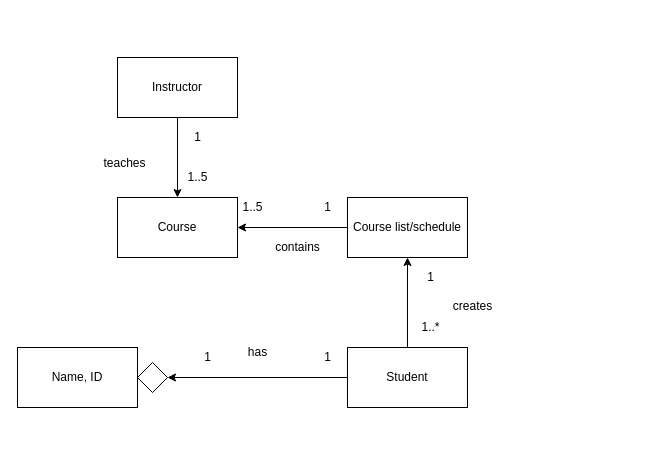
Earlier version of the draw.io diagram page "Student" (2 of 5) of class_diagrams.drawio (peterklem/CURSE). Source tidied: cells renumbered, new cells numbered last; positions are measured from the earlier drawing's top-left corner, leaving out a move shared by most shapes. Both pictures are drawn from the tidied source at 100%, with x=0, y=0 at pixel (17, 57).
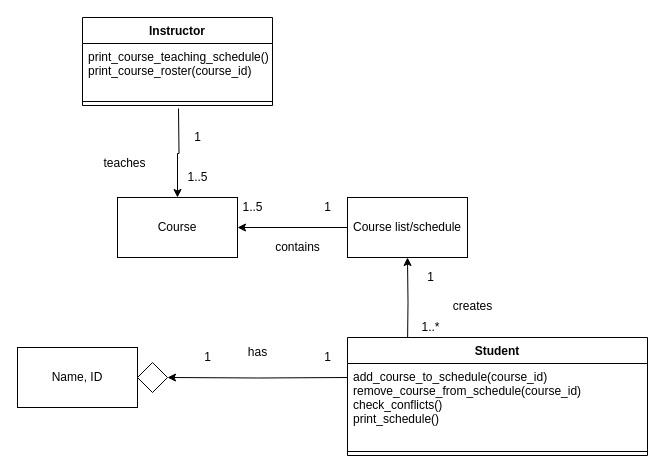
The same diagram, later.

The change refers to these unchanged cells:
```xml
<mxCell id="7" value="Course list/schedule" style="rounded=0;whiteSpace=wrap;html=1;" parent="1" vertex="1">
  <mxGeometry x="330" y="140" width="120" height="60" as="geometry" />
</mxCell>
<mxCell id="8" style="rhombus;whiteSpace=wrap;html=1;" parent="1" vertex="1">
  <mxGeometry x="120" y="305" width="30" height="30" as="geometry" />
</mxCell>
<mxCell id="12" value="Course" style="rounded=0;whiteSpace=wrap;html=1;" parent="1" vertex="1">
  <mxGeometry x="100" y="140" width="120" height="60" as="geometry" />
</mxCell>
```

Diff of the diagram source:
```diff
@@
-    <mxCell id="2" style="edgeStyle=orthogonalEdgeStyle;rounded=0;jettySize=auto;html=1;exitX=0;exitY=0.5;exitDx=0;exitDy=0;entryX=1;entryY=0.5;entryDx=0;entryDy=0;" parent="1" edge="1" source="4" target="8">
-      <mxGeometry relative="1" as="geometry" />
+    <mxCell id="2" style="edgeStyle=orthogonalEdgeStyle;rounded=0;jettySize=auto;html=1;exitX=0;exitY=0.5;exitDx=0;exitDy=0;entryX=1;entryY=0.5;entryDx=0;entryDy=0;" parent="1" edge="1" target="8">
+      <mxGeometry relative="1" as="geometry">
+        <mxPoint x="330" y="320" as="sourcePoint" />
+      </mxGeometry>
     </mxCell>
-    <mxCell id="3" style="edgeStyle=orthogonalEdgeStyle;rounded=0;jettySize=auto;html=1;exitX=0.5;exitY=0;exitDx=0;exitDy=0;entryX=0.5;entryY=1;entryDx=0;entryDy=0;" parent="1" edge="1" source="4" target="7">
-      <mxGeometry relative="1" as="geometry" />
+    <mxCell id="3" style="edgeStyle=orthogonalEdgeStyle;rounded=0;jettySize=auto;html=1;exitX=0.5;exitY=0;exitDx=0;exitDy=0;entryX=0.5;entryY=1;entryDx=0;entryDy=0;" parent="1" edge="1" target="7">
+      <mxGeometry relative="1" as="geometry">
+        <mxPoint x="390" y="290" as="sourcePoint" />
+      </mxGeometry>
     </mxCell>
-    <mxCell id="4" value="Student" style="rounded=0;whiteSpace=wrap;html=1;" parent="1" vertex="1">
-      <mxGeometry x="330" y="290" width="120" height="60" as="geometry" />
-    </mxCell>
@@
-    <mxCell id="16" style="edgeStyle=orthogonalEdgeStyle;rounded=0;jettySize=auto;html=1;exitX=0.5;exitY=1;exitDx=0;exitDy=0;entryX=0.5;entryY=0;entryDx=0;entryDy=0;" parent="1" edge="1" source="17" target="12">
-      <mxGeometry relative="1" as="geometry" />
+    <mxCell id="16" style="edgeStyle=orthogonalEdgeStyle;rounded=0;jettySize=auto;html=1;exitX=0.505;exitY=1.014;exitDx=0;exitDy=0;entryX=0.5;entryY=0;entryDx=0;entryDy=0;exitPerimeter=0;" parent="1" edge="1" target="12">
+      <mxGeometry relative="1" as="geometry">
+        <mxPoint x="161" y="51" as="sourcePoint" />
+      </mxGeometry>
     </mxCell>
-    <mxCell id="17" value="Instructor" style="rounded=0;whiteSpace=wrap;html=1;" parent="1" vertex="1">
-      <mxGeometry x="100" width="120" height="60" as="geometry" />
-    </mxCell>
@@
+    <mxCell id="4" value="Student" style="swimlane;fontStyle=1;align=center;verticalAlign=top;horizontal=1;startSize=26;" parent="1" vertex="1">
+      <mxGeometry x="330" y="280" width="300" height="118" as="geometry" />
+    </mxCell>
+    <mxCell id="24" value="add_course_to_schedule(course_id)&#10;remove_course_from_schedule(course_id)&#10;check_conflicts()&#10;print_schedule()&#10;" style="text;strokeColor=none;fillColor=none;align=left;verticalAlign=top;spacingLeft=4;spacingRight=4;overflow=hidden;" parent="4" vertex="1">
+      <mxGeometry y="26" width="300" height="84" as="geometry" />
+    </mxCell>
+    <mxCell id="25" style="line;strokeWidth=1;fillColor=none;align=left;verticalAlign=middle;spacingTop=-1;spacingLeft=3;spacingRight=3;labelPosition=right;" parent="4" vertex="1">
+      <mxGeometry y="110" width="300" height="8" as="geometry" />
+    </mxCell>
+    <mxCell id="17" value="Instructor" style="swimlane;fontStyle=1;align=center;verticalAlign=top;horizontal=1;startSize=26;" parent="1" vertex="1">
+      <mxGeometry x="65" y="-40" width="190" height="88" as="geometry" />
+    </mxCell>
+    <mxCell id="26" value="print_course_teaching_schedule()&#10;print_course_roster(course_id)" style="text;strokeColor=none;fillColor=none;align=left;verticalAlign=top;spacingLeft=4;spacingRight=4;overflow=hidden;" parent="17" vertex="1">
+      <mxGeometry y="26" width="190" height="54" as="geometry" />
+    </mxCell>
+    <mxCell id="27" style="line;strokeWidth=1;fillColor=none;align=left;verticalAlign=middle;spacingTop=-1;spacingLeft=3;spacingRight=3;labelPosition=right;" parent="17" vertex="1">
+      <mxGeometry y="80" width="190" height="8" as="geometry" />
+    </mxCell>
```
